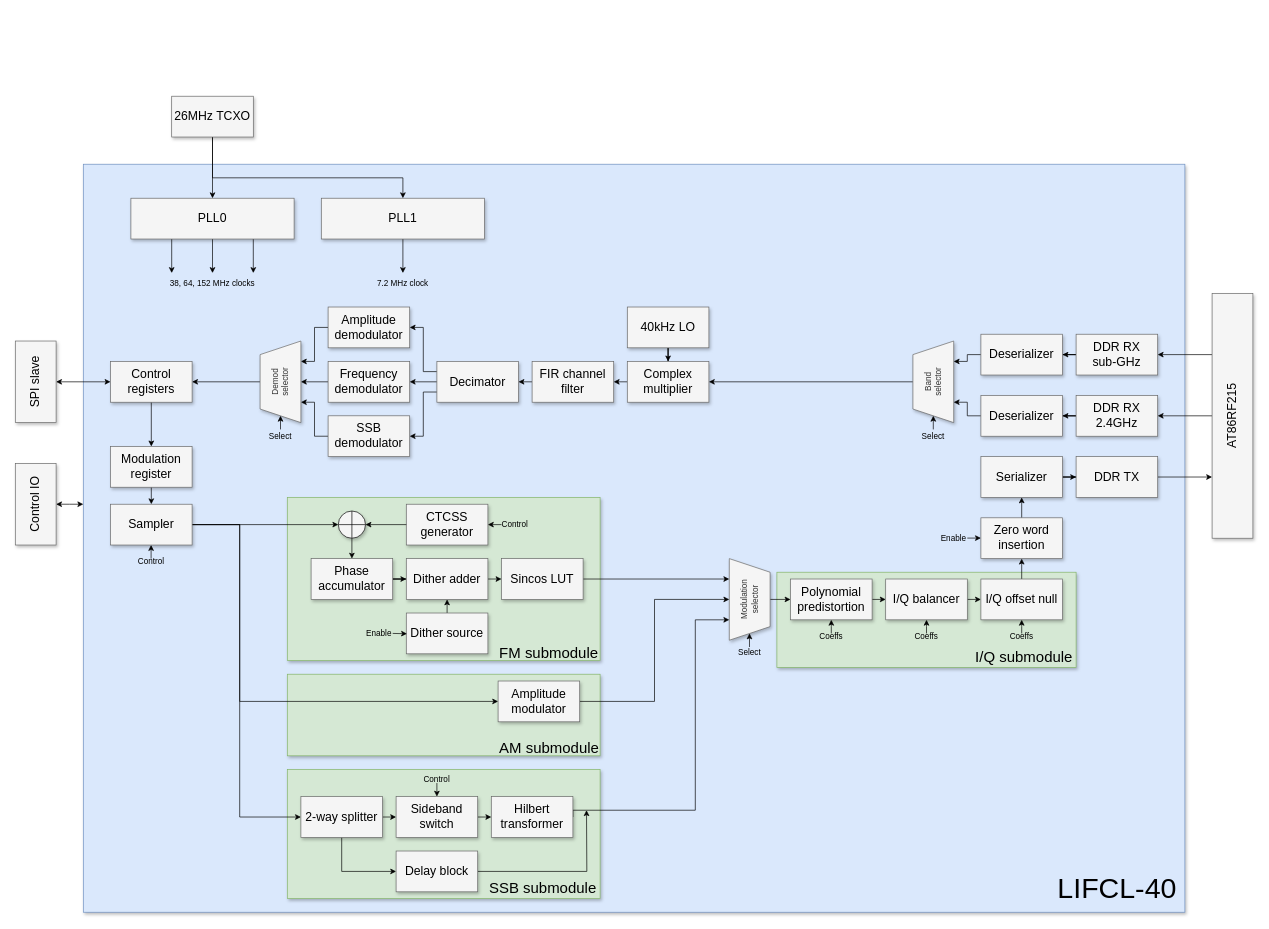
This is docs/OpenHT-fpga.drawio from M17-Project/OpenHT-fpga, a draw.io file, before an edit. Source tidied: cells renumbered, new cells numbered last; positions are measured from the earlier drawing's top-left corner, leaving out a move shared by most shapes. Both pictures are drawn from the tidied source at 68%, with x=0, y=0 at pixel (-5, 96).
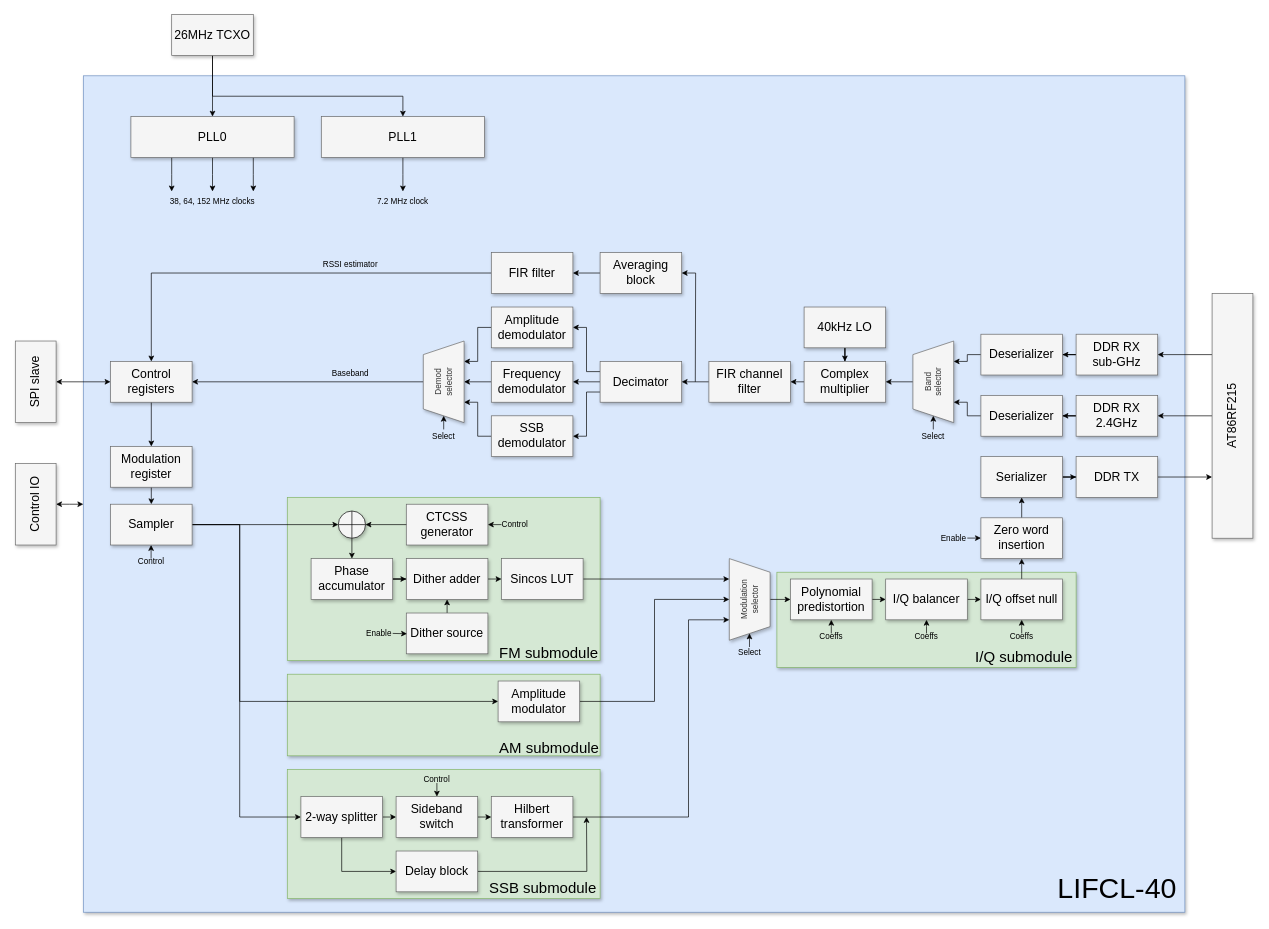
Above is the later version.

Unchanged cells that the change refers to:
```xml
<mxCell id="31" value="Control registers" style="whiteSpace=wrap;html=1;shadow=1;fontSize=18;fillColor=#f5f5f5;strokeColor=#666666;" parent="1" vertex="1">
  <mxGeometry x="170" y="390" width="120" height="60" as="geometry" />
</mxCell>
<mxCell id="37" value="Modulation&lt;br&gt;selector" style="shape=trapezoid;perimeter=trapezoidPerimeter;whiteSpace=wrap;html=1;fixedSize=1;fillColor=#f5f5f5;fontColor=#333333;strokeColor=#666666;shadow=1;direction=west;rotation=-90;" parent="1" vertex="1">
  <mxGeometry x="1050" y="710" width="120" height="60" as="geometry" />
</mxCell>
<mxCell id="106" value="Delay block" style="whiteSpace=wrap;html=1;shadow=1;fontSize=18;fillColor=#f5f5f5;strokeColor=#666666;" parent="1" vertex="1">
  <mxGeometry x="590" y="1110" width="120" height="60" as="geometry" />
</mxCell>
<mxCell id="115" value="Hilbert transformer" style="whiteSpace=wrap;html=1;shadow=1;fontSize=18;fillColor=#f5f5f5;strokeColor=#666666;" parent="1" vertex="1">
  <mxGeometry x="730" y="1030" width="120" height="60" as="geometry" />
</mxCell>
```

Diff of the diagram source:
```diff
@@
     <mxCell id="2" style="rounded=0;whiteSpace=wrap;html=1;shadow=1;glass=0;fillColor=#dae8fc;strokeColor=#6c8ebf;" parent="1" vertex="1">
-      <mxGeometry x="130" y="100" width="1620" height="1100" as="geometry" />
+      <mxGeometry x="130" y="-30" width="1620" height="1230" as="geometry" />
     </mxCell>
@@
     <mxCell id="11" style="edgeStyle=orthogonalEdgeStyle;rounded=0;jettySize=auto;html=1;exitX=0.5;exitY=1;exitDx=0;exitDy=0;entryX=0.5;entryY=0;entryDx=0;entryDy=0;" parent="1" edge="1" source="14">
       <mxGeometry relative="1" as="geometry">
-        <mxPoint x="320" y="260" as="targetPoint" />
+        <mxPoint x="320" y="140" as="targetPoint" />
       </mxGeometry>
     </mxCell>
     <mxCell id="12" style="edgeStyle=orthogonalEdgeStyle;rounded=0;jettySize=auto;html=1;exitX=0.25;exitY=1;exitDx=0;exitDy=0;entryX=0.25;entryY=0;entryDx=0;entryDy=0;" parent="1" edge="1" source="14">
       <mxGeometry relative="1" as="geometry">
-        <mxPoint x="260" y="260" as="targetPoint" />
+        <mxPoint x="260" y="140" as="targetPoint" />
       </mxGeometry>
     </mxCell>
     <mxCell id="13" style="edgeStyle=orthogonalEdgeStyle;rounded=0;jettySize=auto;html=1;exitX=0.75;exitY=1;exitDx=0;exitDy=0;entryX=0.75;entryY=0;entryDx=0;entryDy=0;" parent="1" edge="1" source="14">
       <mxGeometry relative="1" as="geometry">
-        <mxPoint x="380" y="260" as="targetPoint" />
+        <mxPoint x="380" y="140" as="targetPoint" />
       </mxGeometry>
     </mxCell>
     <mxCell id="14" value="PLL0" style="whiteSpace=wrap;html=1;shadow=1;fontSize=18;fillColor=#f5f5f5;strokeColor=#666666;" parent="1" vertex="1">
-      <mxGeometry x="200" y="150" width="240" height="60" as="geometry" />
+      <mxGeometry x="200" y="30" width="240" height="60" as="geometry" />
     </mxCell>
@@
     <mxCell id="16" style="edgeStyle=orthogonalEdgeStyle;rounded=0;jettySize=auto;html=1;exitX=0.5;exitY=1;exitDx=0;exitDy=0;entryX=0.5;entryY=0;entryDx=0;entryDy=0;" parent="1" edge="1" source="17" target="93">
       <mxGeometry relative="1" as="geometry">
         <Array as="points">
-          <mxPoint x="320" y="120" />
-          <mxPoint x="600" y="120" />
+          <mxPoint x="320" />
+          <mxPoint x="600" />
         </Array>
       </mxGeometry>
     </mxCell>
     <mxCell id="17" value="26MHz TCXO" style="whiteSpace=wrap;html=1;fontSize=18;fillColor=#f5f5f5;strokeColor=#666666;shadow=1;" parent="1" vertex="1">
-      <mxGeometry x="260" width="120" height="60" as="geometry" />
+      <mxGeometry x="260" y="-120" width="120" height="60" as="geometry" />
     </mxCell>
     <mxCell id="18" value="38, 64, 152 MHz clocks" style="text;html=1;strokeColor=none;fillColor=none;align=center;verticalAlign=middle;whiteSpace=wrap;rounded=0;" parent="1" vertex="1">
-      <mxGeometry x="220" y="260" width="200" height="30" as="geometry" />
+      <mxGeometry x="220" y="140" width="200" height="30" as="geometry" />
     </mxCell>
@@
     <mxCell id="35" value="40kHz LO" style="whiteSpace=wrap;html=1;shadow=1;fontSize=18;fillColor=#f5f5f5;strokeColor=#666666;glass=0;" parent="1" vertex="1">
-      <mxGeometry x="930" y="310" width="120" height="60" as="geometry" />
+      <mxGeometry x="1190" y="310" width="120" height="60" as="geometry" />
     </mxCell>
@@
     <mxCell id="39" value="Complex multiplier" style="whiteSpace=wrap;html=1;shadow=1;fontSize=18;fillColor=#f5f5f5;strokeColor=#666666;glass=0;" parent="1" vertex="1">
-      <mxGeometry x="930" y="390" width="120" height="60" as="geometry" />
+      <mxGeometry x="1190" y="390" width="120" height="60" as="geometry" />
     </mxCell>
@@
     <mxCell id="47" value="FIR channel filter" style="whiteSpace=wrap;html=1;shadow=1;fontSize=18;fillColor=#f5f5f5;strokeColor=#666666;glass=0;" parent="1" vertex="1">
-      <mxGeometry x="790" y="390" width="120" height="60" as="geometry" />
+      <mxGeometry x="1050" y="390" width="120" height="60" as="geometry" />
     </mxCell>
@@
     <mxCell id="51" value="Decimator" style="whiteSpace=wrap;html=1;shadow=1;fontSize=18;fillColor=#f5f5f5;strokeColor=#666666;glass=0;" parent="1" vertex="1">
-      <mxGeometry x="650" y="390" width="120" height="60" as="geometry" />
+      <mxGeometry x="890" y="390" width="120" height="60" as="geometry" />
     </mxCell>
@@
     <mxCell id="53" value="Amplitude demodulator" style="whiteSpace=wrap;html=1;shadow=1;fontSize=18;fillColor=#f5f5f5;strokeColor=#666666;glass=0;" parent="1" vertex="1">
-      <mxGeometry x="490" y="310" width="120" height="60" as="geometry" />
+      <mxGeometry x="730" y="310" width="120" height="60" as="geometry" />
     </mxCell>
@@
     <mxCell id="55" value="Frequency demodulator" style="whiteSpace=wrap;html=1;shadow=1;fontSize=18;fillColor=#f5f5f5;strokeColor=#666666;glass=0;" parent="1" vertex="1">
-      <mxGeometry x="490" y="390" width="120" height="60" as="geometry" />
+      <mxGeometry x="730" y="390" width="120" height="60" as="geometry" />
     </mxCell>
@@
     <mxCell id="57" value="SSB demodulator" style="whiteSpace=wrap;html=1;shadow=1;fontSize=18;fillColor=#f5f5f5;strokeColor=#666666;glass=0;" parent="1" vertex="1">
-      <mxGeometry x="490" y="470" width="120" height="60" as="geometry" />
+      <mxGeometry x="730" y="470" width="120" height="60" as="geometry" />
     </mxCell>
@@
     <mxCell id="65" value="Demod&lt;br&gt;selector" style="shape=trapezoid;perimeter=trapezoidPerimeter;whiteSpace=wrap;html=1;fixedSize=1;fillColor=#f5f5f5;fontColor=#333333;strokeColor=#666666;shadow=1;direction=east;rotation=-90;" parent="1" vertex="1">
-      <mxGeometry x="360" y="390" width="120" height="60" as="geometry" />
+      <mxGeometry x="600" y="390" width="120" height="60" as="geometry" />
     </mxCell>
@@
     <mxCell id="74" style="edgeStyle=orthogonalEdgeStyle;rounded=0;orthogonalLoop=1;jettySize=auto;html=1;" parent="1" edge="1">
       <mxGeometry relative="1" as="geometry">
-        <mxPoint x="420" y="490" as="sourcePoint" />
-        <mxPoint x="420" y="470" as="targetPoint" />
+        <mxPoint x="660" y="490" as="sourcePoint" />
+        <mxPoint x="660" y="470" as="targetPoint" />
       </mxGeometry>
     </mxCell>
     <mxCell id="75" value="Select" style="text;html=1;strokeColor=none;fillColor=none;align=center;verticalAlign=middle;whiteSpace=wrap;rounded=0;" parent="1" vertex="1">
-      <mxGeometry x="320" y="485" width="200" height="30" as="geometry" />
+      <mxGeometry x="560" y="485" width="200" height="30" as="geometry" />
     </mxCell>
@@
     <mxCell id="92" style="edgeStyle=orthogonalEdgeStyle;rounded=0;jettySize=auto;html=1;exitX=0.5;exitY=1;exitDx=0;exitDy=0;entryX=0.5;entryY=0;entryDx=0;entryDy=0;" parent="1" edge="1" source="93">
       <mxGeometry relative="1" as="geometry">
-        <mxPoint x="600" y="260" as="targetPoint" />
+        <mxPoint x="600" y="140" as="targetPoint" />
       </mxGeometry>
     </mxCell>
     <mxCell id="93" value="PLL1" style="whiteSpace=wrap;html=1;shadow=1;fontSize=18;fillColor=#f5f5f5;strokeColor=#666666;" parent="1" vertex="1">
-      <mxGeometry x="480" y="150" width="240" height="60" as="geometry" />
+      <mxGeometry x="480" y="30" width="240" height="60" as="geometry" />
     </mxCell>
     <mxCell id="94" value="7.2 MHz clock" style="text;html=1;strokeColor=none;fillColor=none;align=center;verticalAlign=middle;whiteSpace=wrap;rounded=0;" parent="1" vertex="1">
-      <mxGeometry x="500" y="260" width="200" height="30" as="geometry" />
+      <mxGeometry x="500" y="140" width="200" height="30" as="geometry" />
     </mxCell>
@@
-    <mxCell id="105" style="edgeStyle=orthogonalEdgeStyle;rounded=0;jettySize=auto;html=1;exitX=1;exitY=0.5;exitDx=0;exitDy=0;" parent="1" edge="1" source="106">
-      <mxGeometry relative="1" as="geometry">
-        <mxPoint x="870" y="1050" as="targetPoint" />
-      </mxGeometry>
-    </mxCell>
+    <mxCell id="127" style="edgeStyle=orthogonalEdgeStyle;rounded=0;jettySize=auto;html=1;exitX=1;exitY=0.5;exitDx=0;exitDy=0;" parent="1" edge="1" source="106">
+      <mxGeometry relative="1" as="geometry">
+        <mxPoint x="870" y="1060" as="targetPoint" />
+      </mxGeometry>
+    </mxCell>
@@
     <mxCell id="114" style="edgeStyle=orthogonalEdgeStyle;rounded=0;jettySize=auto;html=1;exitX=1;exitY=0.5;exitDx=0;exitDy=0;entryX=0.75;entryY=1;entryDx=0;entryDy=0;" parent="1" edge="1" source="115" target="37">
       <mxGeometry relative="1" as="geometry">
         <Array as="points">
-          <mxPoint x="1030" y="1050" />
-          <mxPoint x="1030" y="770" />
+          <mxPoint x="1020" y="1060" />
+          <mxPoint x="1020" y="770" />
         </Array>
       </mxGeometry>
     </mxCell>
@@
+    <mxCell id="128" style="edgeStyle=orthogonalEdgeStyle;rounded=0;jettySize=auto;html=1;exitX=0;exitY=0.5;exitDx=0;exitDy=0;entryX=0.5;entryY=0;entryDx=0;entryDy=0;" parent="1" edge="1" source="129" target="31">
+      <mxGeometry relative="1" as="geometry" />
+    </mxCell>
+    <mxCell id="129" value="FIR filter" style="whiteSpace=wrap;html=1;shadow=1;fontSize=18;fillColor=#f5f5f5;strokeColor=#666666;glass=0;" parent="1" vertex="1">
+      <mxGeometry x="730" y="230" width="120" height="60" as="geometry" />
+    </mxCell>
+    <mxCell id="130" style="edgeStyle=orthogonalEdgeStyle;rounded=0;jettySize=auto;html=1;exitX=1;exitY=0.5;exitDx=0;exitDy=0;startArrow=classic;startFill=1;endArrow=none;endFill=0;" parent="1" edge="1" source="132">
+      <mxGeometry relative="1" as="geometry">
+        <mxPoint x="1030" y="420" as="targetPoint" />
+      </mxGeometry>
+    </mxCell>
+    <mxCell id="131" style="edgeStyle=orthogonalEdgeStyle;rounded=0;jettySize=auto;html=1;" parent="1" edge="1" source="132" target="129">
+      <mxGeometry relative="1" as="geometry" />
+    </mxCell>
+    <mxCell id="132" value="Averaging block" style="whiteSpace=wrap;html=1;shadow=1;fontSize=18;fillColor=#f5f5f5;strokeColor=#666666;glass=0;" parent="1" vertex="1">
+      <mxGeometry x="890" y="230" width="120" height="60" as="geometry" />
+    </mxCell>
+    <mxCell id="133" value="RSSI estimator" style="text;html=1;strokeColor=none;fillColor=none;align=center;verticalAlign=middle;whiteSpace=wrap;rounded=0;" parent="1" vertex="1">
+      <mxGeometry x="423" y="233" width="200" height="30" as="geometry" />
+    </mxCell>
+    <mxCell id="134" value="Baseband" style="text;html=1;strokeColor=none;fillColor=none;align=center;verticalAlign=middle;whiteSpace=wrap;rounded=0;" parent="1" vertex="1">
+      <mxGeometry x="423" y="393" width="200" height="30" as="geometry" />
+    </mxCell>
```
